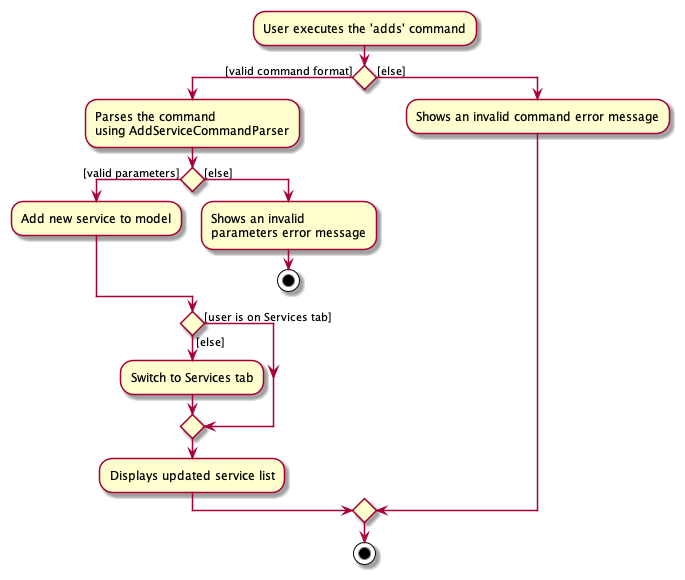
Above: docs/images/AddServiceActivityDiagram.png in nus-cs2103-AY2122S2/tp (PlantUML), before the change. Its diagram source:
```plantuml
@startuml

:User executes the 'adds' command;


if () then ([valid command format])
    :Parses the command\nusing AddServiceCommandParser;
    if () then ([valid parameters])
        :Add new service to model;
    else ([else])
        :Shows an invalid\nparameters error message;
        stop
    endif
    if () then ([user is on Services tab])
    else ([else])
        :Switch to Services tab;
    endif
    :Displays updated service list;
else ([else])
    :Shows an invalid command error message;
endif
stop
@enduml
```
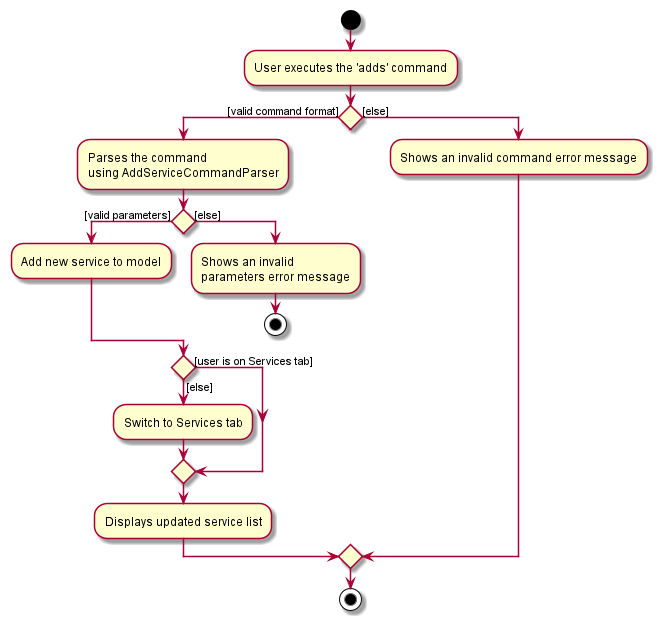
After the change.

Commit message:
Update activity with missing start point

Diff of the diagram source:
```diff
@@ -1,5 +1,5 @@
 @startuml
-
+start
 :User executes the 'adds' command;
 
 
```
